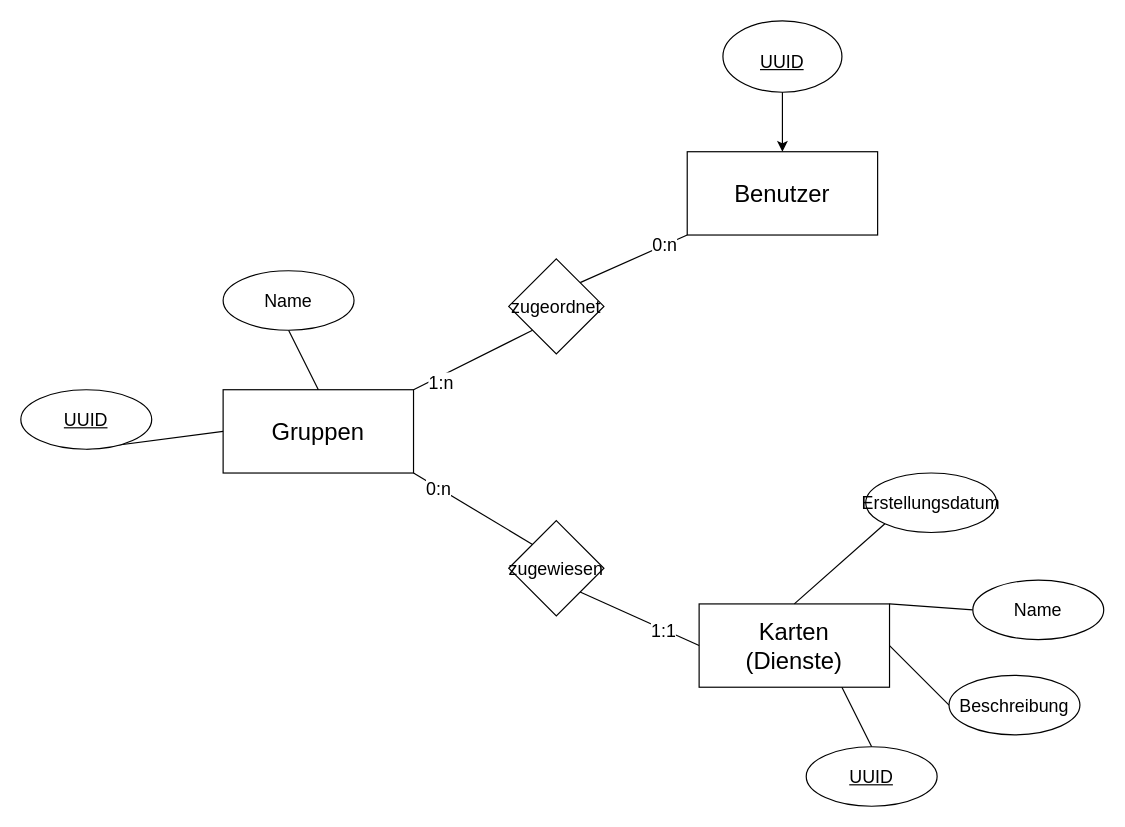
Before: page "Model1" (1 of 2) of docs/DB/dbModel.drawio in STK-Students/MapManager, a draw.io diagram. Source tidied: cells renumbered, new cells numbered last; positions are measured from the earlier drawing's top-left corner, leaving out a move shared by most shapes. Both pictures are drawn from the tidied source at 119%, with x=0, y=0 at pixel (20, 20).
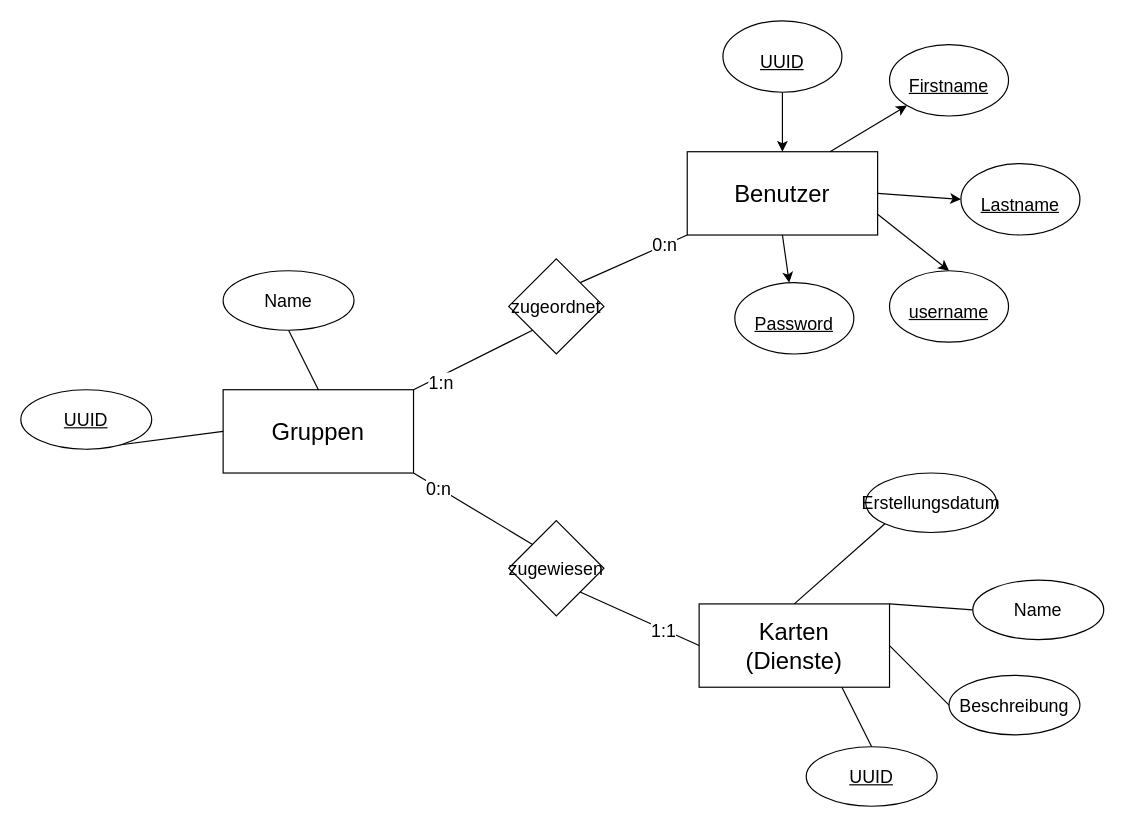
The same page after the edit.

Commit message (it also covers changes not shown here):
update home and db model

Unchanged cells that the change refers to:
```xml
<mxCell id="3" style="rounded=0;whiteSpace=wrap;html=1;" parent="2" vertex="1">
  <mxGeometry width="160" height="70" as="geometry" />
</mxCell>
```

What changed in the source:
```diff
@@
+    <mxCell id="37" style="group;" parent="1" vertex="1">
+      <mxGeometry x="730" y="20" width="100" height="60" as="geometry" />
+    </mxCell>
+    <mxCell id="38" style="ellipse;whiteSpace=wrap;html=1;fontSize=29;" parent="37" vertex="1">
+      <mxGeometry width="100" height="60" as="geometry" />
+    </mxCell>
+    <mxCell id="39" value="&lt;font style=&quot;font-size: 15px&quot;&gt;&lt;u&gt;Firstname&lt;/u&gt;&lt;/font&gt;" style="text;html=1;strokeColor=none;fillColor=none;align=center;verticalAlign=middle;whiteSpace=wrap;rounded=0;fontSize=29;" parent="37" vertex="1">
+      <mxGeometry x="25" y="18.8" width="50" height="22.5" as="geometry" />
+    </mxCell>
+    <mxCell id="40" style="group;" parent="1" vertex="1">
+      <mxGeometry x="790" y="120" width="100" height="60" as="geometry" />
+    </mxCell>
+    <mxCell id="41" style="ellipse;whiteSpace=wrap;html=1;fontSize=29;" parent="40" vertex="1">
+      <mxGeometry width="100" height="60" as="geometry" />
+    </mxCell>
+    <mxCell id="42" value="&lt;font style=&quot;font-size: 15px&quot;&gt;&lt;u&gt;Lastname&lt;/u&gt;&lt;/font&gt;" style="text;html=1;strokeColor=none;fillColor=none;align=center;verticalAlign=middle;whiteSpace=wrap;rounded=0;fontSize=29;" parent="40" vertex="1">
+      <mxGeometry x="25" y="18.8" width="50" height="22.5" as="geometry" />
+    </mxCell>
+    <mxCell id="43" style="group;" parent="1" vertex="1">
+      <mxGeometry x="730" y="210" width="100" height="60" as="geometry" />
+    </mxCell>
+    <mxCell id="44" style="ellipse;whiteSpace=wrap;html=1;fontSize=29;" parent="43" vertex="1">
+      <mxGeometry width="100" height="60" as="geometry" />
+    </mxCell>
+    <mxCell id="45" value="&lt;font style=&quot;font-size: 15px&quot;&gt;&lt;u&gt;username&lt;/u&gt;&lt;/font&gt;" style="text;html=1;strokeColor=none;fillColor=none;align=center;verticalAlign=middle;whiteSpace=wrap;rounded=0;fontSize=29;" parent="43" vertex="1">
+      <mxGeometry x="25" y="18.8" width="50" height="22.5" as="geometry" />
+    </mxCell>
+    <mxCell id="46" style="group;" parent="1" vertex="1">
+      <mxGeometry x="600" y="220" width="100" height="60" as="geometry" />
+    </mxCell>
+    <mxCell id="47" style="ellipse;whiteSpace=wrap;html=1;fontSize=29;" parent="46" vertex="1">
+      <mxGeometry width="100" height="60" as="geometry" />
+    </mxCell>
+    <mxCell id="48" value="&lt;font style=&quot;font-size: 15px&quot;&gt;&lt;u&gt;Password&lt;/u&gt;&lt;/font&gt;" style="text;html=1;strokeColor=none;fillColor=none;align=center;verticalAlign=middle;whiteSpace=wrap;rounded=0;fontSize=29;" parent="46" vertex="1">
+      <mxGeometry x="25" y="18.8" width="50" height="22.5" as="geometry" />
+    </mxCell>
+    <mxCell id="49" style="rounded=0;jettySize=auto;html=1;exitX=0.5;exitY=1;exitDx=0;exitDy=0;" parent="1" edge="1" source="3" target="47">
+      <mxGeometry relative="1" as="geometry" />
+    </mxCell>
+    <mxCell id="50" style="rounded=0;jettySize=auto;html=1;exitX=1;exitY=0.75;exitDx=0;exitDy=0;entryX=0.5;entryY=0;entryDx=0;entryDy=0;" parent="1" edge="1" source="3" target="44">
+      <mxGeometry relative="1" as="geometry" />
+    </mxCell>
+    <mxCell id="51" style="rounded=0;jettySize=auto;html=1;exitX=1;exitY=0.5;exitDx=0;exitDy=0;entryX=0;entryY=0.5;entryDx=0;entryDy=0;" parent="1" edge="1" source="3" target="41">
+      <mxGeometry relative="1" as="geometry" />
+    </mxCell>
+    <mxCell id="52" style="rounded=0;jettySize=auto;html=1;exitX=0.75;exitY=0;exitDx=0;exitDy=0;entryX=0;entryY=1;entryDx=0;entryDy=0;" parent="1" edge="1" source="3" target="38">
+      <mxGeometry relative="1" as="geometry" />
+    </mxCell>
```
